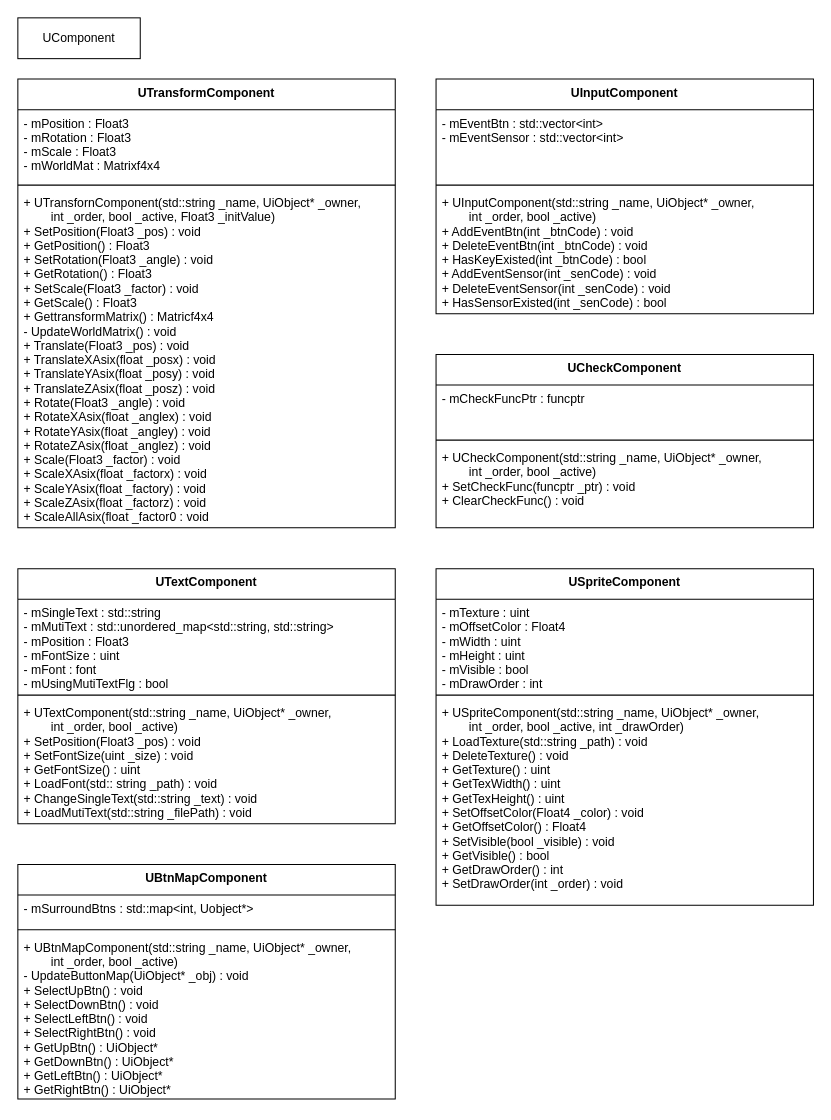
This is page "ucomponent" (4 of 7) of MyNinDesign.drawio from HIBICUS-CAI/NinAtHome_OpenGL, a draw.io file, before an edit. Source tidied: cells renumbered, new cells numbered last; positions are measured from the earlier drawing's top-left corner, leaving out a move shared by most shapes. Both pictures are drawn from the tidied source at 102%, with x=0, y=0 at pixel (17, 17).
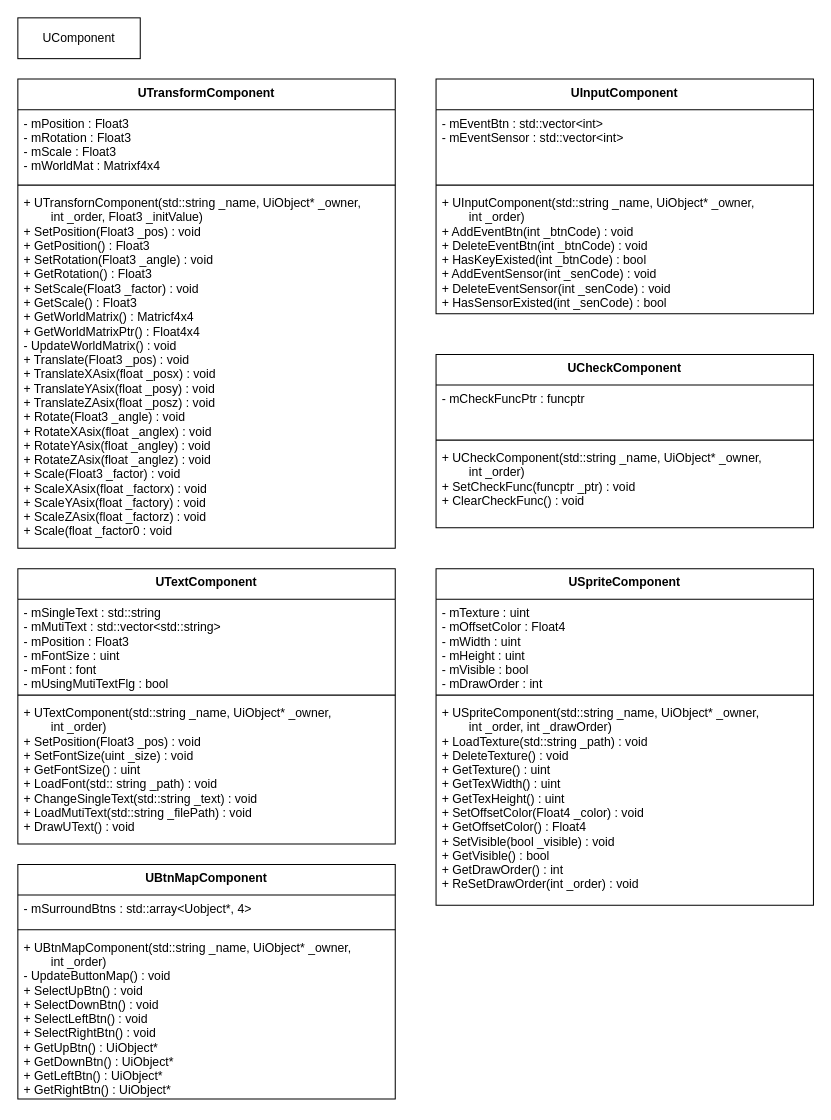
The same page after the edit.

Unchanged cells that the change refers to:
```xml
<mxCell id="7" value="UInputComponent" style="swimlane;fontStyle=1;align=center;verticalAlign=top;horizontal=1;startSize=30;" parent="1" vertex="1">
  <mxGeometry x="410" y="60" width="370" height="230" as="geometry" />
</mxCell>
<mxCell id="11" value="UCheckComponent" style="swimlane;fontStyle=1;align=center;verticalAlign=top;horizontal=1;startSize=30;" parent="1" vertex="1">
  <mxGeometry x="410" y="330" width="370" height="170" as="geometry" />
</mxCell>
<mxCell id="19" value="UBtnMapComponent" style="swimlane;fontStyle=1;align=center;verticalAlign=top;horizontal=1;startSize=30;" parent="1" vertex="1">
  <mxGeometry y="830" width="370" height="230" as="geometry" />
</mxCell>
<mxCell id="23" value="USpriteComponent" style="swimlane;fontStyle=1;align=center;verticalAlign=top;horizontal=1;startSize=30;" parent="1" vertex="1">
  <mxGeometry x="410" y="540" width="370" height="330" as="geometry" />
</mxCell>
```

Diff of the diagram source:
```diff
@@
     <mxCell id="3" value="UTransformComponent" style="swimlane;fontStyle=1;align=center;verticalAlign=top;horizontal=1;startSize=30;" parent="1" vertex="1">
-      <mxGeometry y="60" width="370" height="440" as="geometry" />
+      <mxGeometry y="60" width="370" height="460" as="geometry" />
     </mxCell>
@@
-    <mxCell id="6" value="+ UTransfornComponent(std::string _name, UiObject* _owner,&#10;        int _order, bool _active, Float3 _initValue)&#10;+ SetPosition(Float3 _pos) : void&#10;+ GetPosition() : Float3&#10;+ SetRotation(Float3 _angle) : void&#10;+ GetRotation() : Float3&#10;+ SetScale(Float3 _factor) : void&#10;+ GetScale() : Float3&#10;+ GettransformMatrix() : Matricf4x4&#10;- UpdateWorldMatrix() : void&#10;+ Translate(Float3 _pos) : void&#10;+ TranslateXAsix(float _posx) : void&#10;+ TranslateYAsix(float _posy) : void&#10;+ TranslateZAsix(float _posz) : void&#10;+ Rotate(Float3 _angle) : void&#10;+ RotateXAsix(float _anglex) : void&#10;+ RotateYAsix(float _angley) : void&#10;+ RotateZAsix(float _anglez) : void&#10;+ Scale(Float3 _factor) : void&#10;+ ScaleXAsix(float _factorx) : void&#10;+ ScaleYAsix(float _factory) : void&#10;+ ScaleZAsix(float _factorz) : void&#10;+ ScaleAllAsix(float _factor0 : void" style="text;strokeColor=none;fillColor=none;align=left;verticalAlign=top;spacingLeft=4;spacingRight=4;overflow=hidden;" parent="3" vertex="1">
-      <mxGeometry y="108" width="370" height="332" as="geometry" />
+    <mxCell id="6" value="+ UTransfornComponent(std::string _name, UiObject* _owner,&#10;        int _order, Float3 _initValue)&#10;+ SetPosition(Float3 _pos) : void&#10;+ GetPosition() : Float3&#10;+ SetRotation(Float3 _angle) : void&#10;+ GetRotation() : Float3&#10;+ SetScale(Float3 _factor) : void&#10;+ GetScale() : Float3&#10;+ GetWorldMatrix() : Matricf4x4&#10;+ GetWorldMatrixPtr() : Float4x4&#10;- UpdateWorldMatrix() : void&#10;+ Translate(Float3 _pos) : void&#10;+ TranslateXAsix(float _posx) : void&#10;+ TranslateYAsix(float _posy) : void&#10;+ TranslateZAsix(float _posz) : void&#10;+ Rotate(Float3 _angle) : void&#10;+ RotateXAsix(float _anglex) : void&#10;+ RotateYAsix(float _angley) : void&#10;+ RotateZAsix(float _anglez) : void&#10;+ Scale(Float3 _factor) : void&#10;+ ScaleXAsix(float _factorx) : void&#10;+ ScaleYAsix(float _factory) : void&#10;+ ScaleZAsix(float _factorz) : void&#10;+ Scale(float _factor0 : void" style="text;strokeColor=none;fillColor=none;align=left;verticalAlign=top;spacingLeft=4;spacingRight=4;overflow=hidden;" parent="3" vertex="1">
+      <mxGeometry y="108" width="370" height="352" as="geometry" />
     </mxCell>
@@
-    <mxCell id="10" value="+ UInputComponent(std::string _name, UiObject* _owner,&#10;        int _order, bool _active)&#10;+ AddEventBtn(int _btnCode) : void&#10;+ DeleteEventBtn(int _btnCode) : void&#10;+ HasKeyExisted(int _btnCode) : bool&#10;+ AddEventSensor(int _senCode) : void&#10;+ DeleteEventSensor(int _senCode) : void&#10;+ HasSensorExisted(int _senCode) : bool" style="text;strokeColor=none;fillColor=none;align=left;verticalAlign=top;spacingLeft=4;spacingRight=4;overflow=hidden;" parent="7" vertex="1">
+    <mxCell id="10" value="+ UInputComponent(std::string _name, UiObject* _owner,&#10;        int _order)&#10;+ AddEventBtn(int _btnCode) : void&#10;+ DeleteEventBtn(int _btnCode) : void&#10;+ HasKeyExisted(int _btnCode) : bool&#10;+ AddEventSensor(int _senCode) : void&#10;+ DeleteEventSensor(int _senCode) : void&#10;+ HasSensorExisted(int _senCode) : bool" style="text;strokeColor=none;fillColor=none;align=left;verticalAlign=top;spacingLeft=4;spacingRight=4;overflow=hidden;" parent="7" vertex="1">
       <mxGeometry y="108" width="370" height="122" as="geometry" />
     </mxCell>
@@
-    <mxCell id="14" value="+ UCheckComponent(std::string _name, UiObject* _owner,&#10;        int _order, bool _active)&#10;+ SetCheckFunc(funcptr _ptr) : void&#10;+ ClearCheckFunc() : void" style="text;strokeColor=none;fillColor=none;align=left;verticalAlign=top;spacingLeft=4;spacingRight=4;overflow=hidden;" parent="11" vertex="1">
+    <mxCell id="14" value="+ UCheckComponent(std::string _name, UiObject* _owner,&#10;        int _order)&#10;+ SetCheckFunc(funcptr _ptr) : void&#10;+ ClearCheckFunc() : void" style="text;strokeColor=none;fillColor=none;align=left;verticalAlign=top;spacingLeft=4;spacingRight=4;overflow=hidden;" parent="11" vertex="1">
       <mxGeometry y="88" width="370" height="82" as="geometry" />
     </mxCell>
     <mxCell id="15" value="UTextComponent" style="swimlane;fontStyle=1;align=center;verticalAlign=top;horizontal=1;startSize=30;" parent="1" vertex="1">
-      <mxGeometry y="540" width="370" height="250" as="geometry" />
+      <mxGeometry y="540" width="370" height="270" as="geometry" />
     </mxCell>
-    <mxCell id="16" value="- mSingleText : std::string&#10;- mMutiText : std::unordered_map&lt;std::string, std::string&gt;&#10;- mPosition : Float3&#10;- mFontSize : uint&#10;- mFont : font&#10;- mUsingMutiTextFlg : bool" style="text;strokeColor=none;fillColor=none;align=left;verticalAlign=top;spacingLeft=4;spacingRight=4;overflow=hidden;" parent="15" vertex="1">
+    <mxCell id="16" value="- mSingleText : std::string&#10;- mMutiText : std::vector&lt;std::string&gt;&#10;- mPosition : Float3&#10;- mFontSize : uint&#10;- mFont : font&#10;- mUsingMutiTextFlg : bool" style="text;strokeColor=none;fillColor=none;align=left;verticalAlign=top;spacingLeft=4;spacingRight=4;overflow=hidden;" parent="15" vertex="1">
       <mxGeometry y="30" width="370" height="90" as="geometry" />
     </mxCell>
@@
-    <mxCell id="18" value="+ UTextComponent(std::string _name, UiObject* _owner,&#10;        int _order, bool _active)&#10;+ SetPosition(Float3 _pos) : void&#10;+ SetFontSize(uint _size) : void&#10;+ GetFontSize() : uint&#10;+ LoadFont(std:: string _path) : void&#10;+ ChangeSingleText(std::string _text) : void&#10;+ LoadMutiText(std::string _filePath) : void" style="text;strokeColor=none;fillColor=none;align=left;verticalAlign=top;spacingLeft=4;spacingRight=4;overflow=hidden;" parent="15" vertex="1">
-      <mxGeometry y="128" width="370" height="122" as="geometry" />
+    <mxCell id="18" value="+ UTextComponent(std::string _name, UiObject* _owner,&#10;        int _order)&#10;+ SetPosition(Float3 _pos) : void&#10;+ SetFontSize(uint _size) : void&#10;+ GetFontSize() : uint&#10;+ LoadFont(std:: string _path) : void&#10;+ ChangeSingleText(std::string _text) : void&#10;+ LoadMutiText(std::string _filePath) : void&#10;+ DrawUText() : void" style="text;strokeColor=none;fillColor=none;align=left;verticalAlign=top;spacingLeft=4;spacingRight=4;overflow=hidden;" parent="15" vertex="1">
+      <mxGeometry y="128" width="370" height="142" as="geometry" />
     </mxCell>
@@
-    <mxCell id="20" value="- mSurroundBtns : std::map&lt;int, Uobject*&gt;" style="text;strokeColor=none;fillColor=none;align=left;verticalAlign=top;spacingLeft=4;spacingRight=4;overflow=hidden;" parent="19" vertex="1">
+    <mxCell id="20" value="- mSurroundBtns : std::array&lt;Uobject*, 4&gt;" style="text;strokeColor=none;fillColor=none;align=left;verticalAlign=top;spacingLeft=4;spacingRight=4;overflow=hidden;" parent="19" vertex="1">
       <mxGeometry y="30" width="370" height="30" as="geometry" />
     </mxCell>
@@
-    <mxCell id="22" value="+ UBtnMapComponent(std::string _name, UiObject* _owner,&#10;        int _order, bool _active)&#10;- UpdateButtonMap(UiObject* _obj) : void&#10;+ SelectUpBtn() : void&#10;+ SelectDownBtn() : void&#10;+ SelectLeftBtn() : void&#10;+ SelectRightBtn() : void&#10;+ GetUpBtn() : UiObject*&#10;+ GetDownBtn() : UiObject*&#10;+ GetLeftBtn() : UiObject*&#10;+ GetRightBtn() : UiObject*" style="text;strokeColor=none;fillColor=none;align=left;verticalAlign=top;spacingLeft=4;spacingRight=4;overflow=hidden;" parent="19" vertex="1">
+    <mxCell id="22" value="+ UBtnMapComponent(std::string _name, UiObject* _owner,&#10;        int _order)&#10;- UpdateButtonMap() : void&#10;+ SelectUpBtn() : void&#10;+ SelectDownBtn() : void&#10;+ SelectLeftBtn() : void&#10;+ SelectRightBtn() : void&#10;+ GetUpBtn() : UiObject*&#10;+ GetDownBtn() : UiObject*&#10;+ GetLeftBtn() : UiObject*&#10;+ GetRightBtn() : UiObject*" style="text;strokeColor=none;fillColor=none;align=left;verticalAlign=top;spacingLeft=4;spacingRight=4;overflow=hidden;" parent="19" vertex="1">
       <mxGeometry y="68" width="370" height="162" as="geometry" />
     </mxCell>
@@
-    <mxCell id="26" value="+ USpriteComponent(std::string _name, UiObject* _owner,&#10;        int _order, bool _active, int _drawOrder)&#10;+ LoadTexture(std::string _path) : void&#10;+ DeleteTexture() : void&#10;+ GetTexture() : uint&#10;+ GetTexWidth() : uint&#10;+ GetTexHeight() : uint&#10;+ SetOffsetColor(Float4 _color) : void&#10;+ GetOffsetColor() : Float4&#10;+ SetVisible(bool _visible) : void&#10;+ GetVisible() : bool&#10;+ GetDrawOrder() : int&#10;+ SetDrawOrder(int _order) : void" style="text;strokeColor=none;fillColor=none;align=left;verticalAlign=top;spacingLeft=4;spacingRight=4;overflow=hidden;" parent="23" vertex="1">
+    <mxCell id="26" value="+ USpriteComponent(std::string _name, UiObject* _owner,&#10;        int _order, int _drawOrder)&#10;+ LoadTexture(std::string _path) : void&#10;+ DeleteTexture() : void&#10;+ GetTexture() : uint&#10;+ GetTexWidth() : uint&#10;+ GetTexHeight() : uint&#10;+ SetOffsetColor(Float4 _color) : void&#10;+ GetOffsetColor() : Float4&#10;+ SetVisible(bool _visible) : void&#10;+ GetVisible() : bool&#10;+ GetDrawOrder() : int&#10;+ ReSetDrawOrder(int _order) : void" style="text;strokeColor=none;fillColor=none;align=left;verticalAlign=top;spacingLeft=4;spacingRight=4;overflow=hidden;" parent="23" vertex="1">
       <mxGeometry y="128" width="370" height="202" as="geometry" />
     </mxCell>
```
